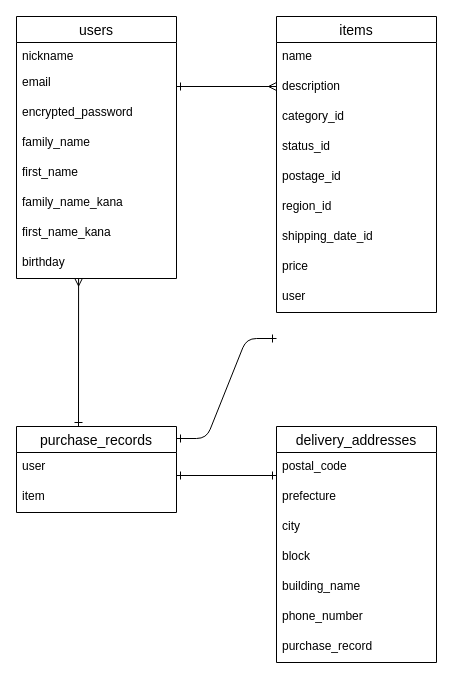
Above: furima.dio in miho-hoi/furima-39940 (draw.io), before the change. Source tidied: cells renumbered, new cells numbered last; positions are measured from the earlier drawing's top-left corner, leaving out a move shared by most shapes. Both pictures are drawn from the tidied source at 100%, with x=0, y=0 at pixel (16, 16).
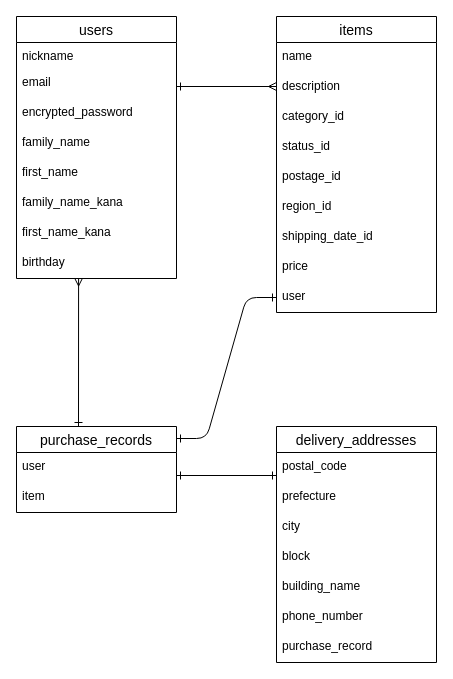
After the change.

Unchanged cells that the change refers to:
```xml
<mxCell id="20" value="user" style="text;strokeColor=none;fillColor=none;spacingLeft=4;spacingRight=4;overflow=hidden;points=[[0,0.5],[1,0.5]];portConstraint=eastwest;fontSize=12;" parent="11" vertex="1">
  <mxGeometry y="266" width="160" height="30" as="geometry" />
</mxCell>
```

What changed in the source:
```diff
@@
-    <mxCell id="34" style="edgeStyle=entityRelationEdgeStyle;fontSize=12;html=1;endArrow=ERone;endFill=1;startArrow=ERone;startFill=0;" parent="1" edge="1">
+    <mxCell id="34" style="edgeStyle=entityRelationEdgeStyle;fontSize=12;html=1;endArrow=ERone;endFill=1;startArrow=ERone;startFill=0;entryX=0;entryY=0.5;entryDx=0;entryDy=0;" parent="1" edge="1" target="20">
       <mxGeometry relative="1" as="geometry">
         <mxPoint x="160" y="422" as="sourcePoint" />
-        <mxPoint x="260" y="322" as="targetPoint" />
       </mxGeometry>
     </mxCell>
```
